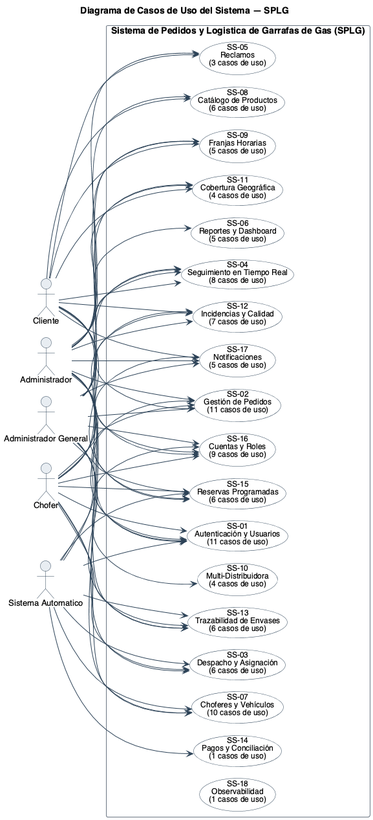
This is diagramas/uml/CU_Sistema_Diagrama-De-Contexto.png from Nahuelito-Dev/splg-docs, a PlantUML export, as it was before one commit.
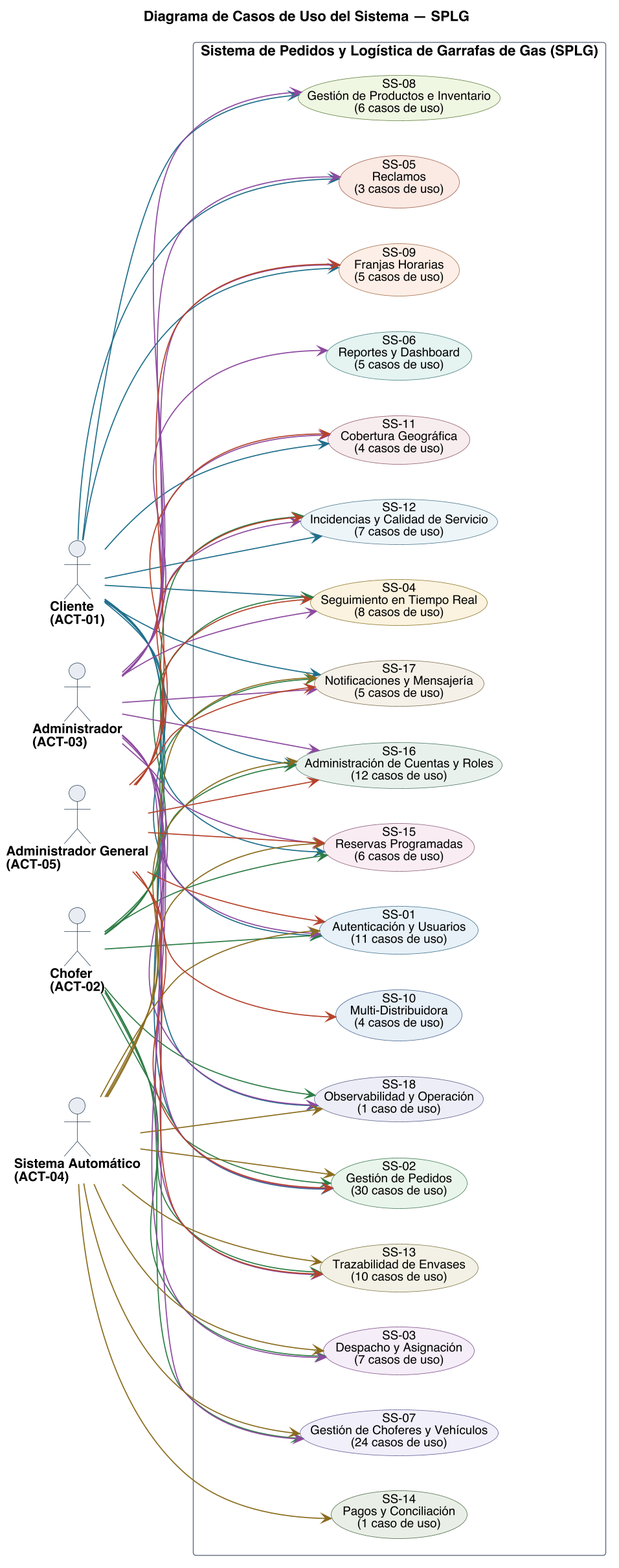
The same diagram one commit later.

Change to the diagram source:
```diff
@@ -1,22 +1,23 @@
 @startuml
-!pragma layout smetana
 title Diagrama de Casos de Uso del Sistema — SPLG
 left to right direction
 skinparam backgroundColor #FFFFFF
 skinparam shadowing false
 skinparam defaultFontName Helvetica
 skinparam defaultFontSize 13
+skinparam dpi 150
 skinparam ArrowColor #2C4257
+skinparam ArrowThickness 1.1
 skinparam actor {
   BorderColor #2C4257
   BackgroundColor #E8EDF2
+  FontSize 13
+  FontStyle bold
 }
 skinparam usecase {
   BorderColor #2C4257
   BackgroundColor #FFFFFF
   FontSize 12
-  BorderColor<<pendiente>> #9C4436
-  BackgroundColor<<pendiente>> #F6E4E1
 }
 skinparam rectangle {
   BorderColor #6B7683
@@ -24,86 +25,92 @@
   FontStyle bold
 }
 
-actor "Cliente" as A1
-actor "Chofer" as A2
-actor "Administrador" as A3
-actor "Sistema Automatico" as A4
-actor "Administrador General" as A5
+actor "Cliente\n(ACT-01)" as A01
+actor "Chofer\n(ACT-02)" as A02
+actor "Administrador\n(ACT-03)" as A03
+actor "Sistema Automático\n(ACT-04)" as A04
+actor "Administrador General\n(ACT-05)" as A05
 
-rectangle "Sistema de Pedidos y Logistica de Garrafas de Gas (SPLG)" {
-  usecase "SS-01\nAutenticación y Usuarios\n(11 casos de uso)" as S1
-  usecase "SS-02\nGestión de Pedidos\n(11 casos de uso)" as S2
-  usecase "SS-03\nDespacho y Asignación\n(6 casos de uso)" as S3
-  usecase "SS-04\nSeguimiento en Tiempo Real\n(8 casos de uso)" as S4
-  usecase "SS-05\nReclamos\n(3 casos de uso)" as S5
-  usecase "SS-06\nReportes y Dashboard\n(5 casos de uso)" as S6
-  usecase "SS-07\nChoferes y Vehículos\n(10 casos de uso)" as S7
-  usecase "SS-08\nCatálogo de Productos\n(6 casos de uso)" as S8
-  usecase "SS-09\nFranjas Horarias\n(5 casos de uso)" as S9
-  usecase "SS-10\nMulti-Distribuidora\n(4 casos de uso)" as S10
-  usecase "SS-11\nCobertura Geográfica\n(4 casos de uso)" as S11
-  usecase "SS-12\nIncidencias y Calidad\n(7 casos de uso)" as S12
-  usecase "SS-13\nTrazabilidad de Envases\n(6 casos de uso)" as S13
-  usecase "SS-14\nPagos y Conciliación\n(1 casos de uso)" as S14
-  usecase "SS-15\nReservas Programadas\n(6 casos de uso)" as S15
-  usecase "SS-16\nCuentas y Roles\n(9 casos de uso)" as S16
-  usecase "SS-17\nNotificaciones\n(5 casos de uso)" as S17
-  usecase "SS-18\nObservabilidad\n(1 casos de uso)" as S18
+rectangle "Sistema de Pedidos y Logística de Garrafas de Gas (SPLG)" {
+  usecase "SS-01\nAutenticación y Usuarios\n(11 casos de uso)" as SS01 #back:E7F0F6;line:3C6E8F
+  usecase "SS-02\nGestión de Pedidos\n(30 casos de uso)" as SS02 #back:E9F4EA;line:3F7A50
+  usecase "SS-03\nDespacho y Asignación\n(7 casos de uso)" as SS03 #back:F5ECF7;line:7B4B8A
+  usecase "SS-04\nSeguimiento en Tiempo Real\n(8 casos de uso)" as SS04 #back:FBF2DE;line:8A7326
+  usecase "SS-05\nReclamos\n(3 casos de uso)" as SS05 #back:FAE8E3;line:9C5A46
+  usecase "SS-06\nReportes y Dashboard\n(5 casos de uso)" as SS06 #back:E4F2F1;line:3E7C79
+  usecase "SS-07\nGestión de Choferes y Vehículos\n(24 casos de uso)" as SS07 #back:F0EEF9;line:5A5896
+  usecase "SS-08\nGestión de Productos e Inventario\n(6 casos de uso)" as SS08 #back:EFF6E2;line:5E7A3A
+  usecase "SS-09\nFranjas Horarias\n(5 casos de uso)" as SS09 #back:FDEFE6;line:A26A45
+  usecase "SS-10\nMulti-Distribuidora\n(4 casos de uso)" as SS10 #back:E6EEF7;line:44608B
+  usecase "SS-11\nCobertura Geográfica\n(4 casos de uso)" as SS11 #back:F7ECEF;line:8E5566
+  usecase "SS-12\nIncidencias y Calidad de Servicio\n(7 casos de uso)" as SS12 #back:EDF5F9;line:4A7488
+  usecase "SS-13\nTrazabilidad de Envases\n(10 casos de uso)" as SS13 #back:F3F1E4;line:7A7340
+  usecase "SS-14\nPagos y Conciliación\n(1 caso de uso)" as SS14 #back:E9EFE6;line:4E6B4A
+  usecase "SS-15\nReservas Programadas\n(6 casos de uso)" as SS15 #back:F8EDF3;line:8A5674
+  usecase "SS-16\nAdministración de Cuentas y Roles\n(12 casos de uso)" as SS16 #back:E8F1EC;line:4B7560
+  usecase "SS-17\nNotificaciones y Mensajería\n(5 casos de uso)" as SS17 #back:F5F0E8;line:7C6B4C
+  usecase "SS-18\nObservabilidad y Operación\n(1 caso de uso)" as SS18 #back:ECEDF6;line:5B5F87
 }
 
-A1 --> S1
-A1 --> S2
-A1 --> S4
-A1 --> S5
-A1 --> S8
-A1 --> S9
-A1 --> S11
-A1 --> S12
-A1 --> S15
-A1 --> S16
-A1 --> S17
-A2 --> S1
-A2 --> S2
-A2 --> S3
-A2 --> S4
-A2 --> S7
-A2 --> S12
-A2 --> S13
-A2 --> S15
-A2 --> S16
-A2 --> S17
-A3 --> S1
-A3 --> S2
-A3 --> S3
-A3 --> S4
-A3 --> S5
-A3 --> S6
-A3 --> S7
-A3 --> S8
-A3 --> S9
-A3 --> S11
-A3 --> S12
-A3 --> S13
-A3 --> S15
-A3 --> S16
-A3 --> S17
-A4 --> S1
-A4 --> S2
-A4 --> S3
-A4 --> S7
-A4 --> S13
-A4 --> S14
-A4 --> S15
-A4 --> S16
-A5 --> S1
-A5 --> S2
-A5 --> S4
-A5 --> S9
-A5 --> S10
-A5 --> S11
-A5 --> S12
-A5 --> S13
-A5 --> S15
-A5 --> S16
-A5 --> S17
+A01 -[#1F6F8B]-> SS01
+A01 -[#1F6F8B]-> SS02
+A01 -[#1F6F8B]-> SS04
+A01 -[#1F6F8B]-> SS05
+A01 -[#1F6F8B]-> SS08
+A01 -[#1F6F8B]-> SS09
+A01 -[#1F6F8B]-> SS11
+A01 -[#1F6F8B]-> SS12
+A01 -[#1F6F8B]-> SS15
+A01 -[#1F6F8B]-> SS16
+A01 -[#1F6F8B]-> SS17
+A01 -[#1F6F8B]-> SS18
+A02 -[#2E7D46]-> SS01
+A02 -[#2E7D46]-> SS02
+A02 -[#2E7D46]-> SS03
+A02 -[#2E7D46]-> SS04
+A02 -[#2E7D46]-> SS07
+A02 -[#2E7D46]-> SS12
+A02 -[#2E7D46]-> SS13
+A02 -[#2E7D46]-> SS15
+A02 -[#2E7D46]-> SS16
+A02 -[#2E7D46]-> SS17
+A02 -[#2E7D46]-> SS18
+A03 -[#8C4A9E]-> SS01
+A03 -[#8C4A9E]-> SS02
+A03 -[#8C4A9E]-> SS03
+A03 -[#8C4A9E]-> SS04
+A03 -[#8C4A9E]-> SS05
+A03 -[#8C4A9E]-> SS06
+A03 -[#8C4A9E]-> SS07
+A03 -[#8C4A9E]-> SS08
+A03 -[#8C4A9E]-> SS09
+A03 -[#8C4A9E]-> SS11
+A03 -[#8C4A9E]-> SS12
+A03 -[#8C4A9E]-> SS13
+A03 -[#8C4A9E]-> SS15
+A03 -[#8C4A9E]-> SS16
+A03 -[#8C4A9E]-> SS17
+A03 -[#8C4A9E]-> SS18
+A04 -[#8A6D1F]-> SS01
+A04 -[#8A6D1F]-> SS02
+A04 -[#8A6D1F]-> SS03
+A04 -[#8A6D1F]-> SS07
+A04 -[#8A6D1F]-> SS13
+A04 -[#8A6D1F]-> SS14
+A04 -[#8A6D1F]-> SS15
+A04 -[#8A6D1F]-> SS16
+A04 -[#8A6D1F]-> SS17
+A04 -[#8A6D1F]-> SS18
+A05 -[#B4432B]-> SS01
+A05 -[#B4432B]-> SS02
+A05 -[#B4432B]-> SS04
+A05 -[#B4432B]-> SS09
+A05 -[#B4432B]-> SS10
+A05 -[#B4432B]-> SS11
+A05 -[#B4432B]-> SS12
+A05 -[#B4432B]-> SS13
+A05 -[#B4432B]-> SS15
+A05 -[#B4432B]-> SS16
+A05 -[#B4432B]-> SS17
+
 @enduml
```
